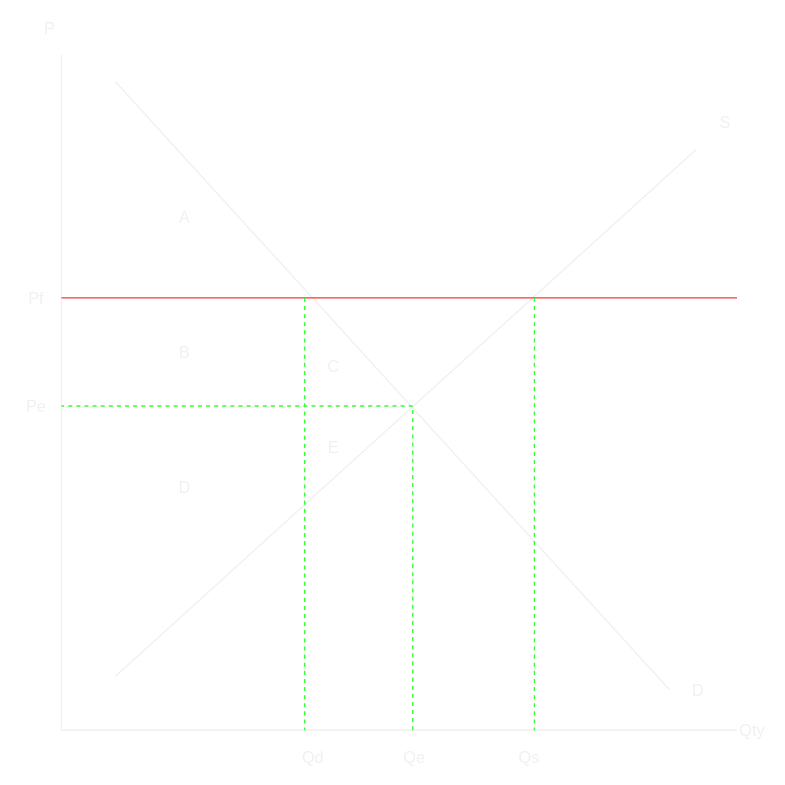
tvdk-sudoku/Year11Notes keeps this draw.io diagram as content/notes/AEECO - Market Efficiency Diagrams.svg. Above is the earlier version. Source tidied: cells renumbered, new cells last; positions are measured from the earlier drawing's top-left corner, leaving out a move shared by most shapes.
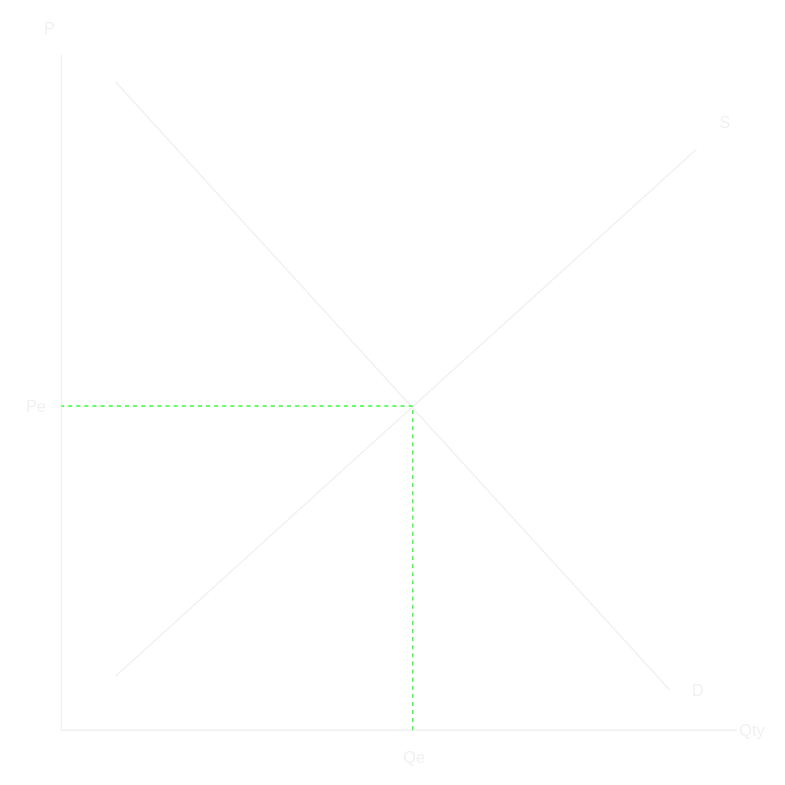
The same diagram one commit later.

Commit message:
vault backup: 2023-03-21 15:02:49

Change to the diagram source:
```diff
@@ -32,15 +32,6 @@
     <mxCell id="7" value="S" style="text;html=1;align=center;verticalAlign=middle;strokeColor=none;" parent="1" vertex="1">
       <mxGeometry x="515" y="70" width="20" height="20" as="geometry" />
     </mxCell>
-    <mxCell id="8" style="endArrow=none;html=1;fillColor=#FF3333;strokeColor=#FF3333;" parent="1" edge="1">
-      <mxGeometry relative="1" as="geometry">
-        <mxPoint x="35" y="210" as="sourcePoint" />
-        <mxPoint x="535" y="210" as="targetPoint" />
-      </mxGeometry>
-    </mxCell>
-    <mxCell id="9" value="Pf" style="text;html=1;align=center;verticalAlign=middle;strokeColor=none;" parent="1" vertex="1">
-      <mxGeometry y="200" width="30" height="20" as="geometry" />
-    </mxCell>
     <mxCell id="10" style="endArrow=none;dashed=1;html=1;strokeColor=#33FF33;" parent="1" edge="1">
       <mxGeometry relative="1" as="geometry">
         <mxPoint x="295" y="290" as="sourcePoint" />
@@ -65,38 +56,11 @@
     <mxCell id="15" value="Pe" style="text;html=1;align=center;verticalAlign=middle;strokeColor=none;" parent="1" vertex="1">
       <mxGeometry y="280" width="30" height="20" as="geometry" />
     </mxCell>
-    <mxCell id="16" style="endArrow=none;dashed=1;html=1;strokeColor=#33FF33;" parent="1" edge="1">
-      <mxGeometry relative="1" as="geometry">
-        <mxPoint x="215" y="210" as="sourcePoint" />
-        <mxPoint x="215" y="530" as="targetPoint" />
-      </mxGeometry>
-    </mxCell>
-    <mxCell id="17" style="endArrow=none;dashed=1;html=1;strokeColor=#33FF33;" parent="1" edge="1">
-      <mxGeometry relative="1" as="geometry">
-        <mxPoint x="385" y="210" as="sourcePoint" />
-        <mxPoint x="385" y="530" as="targetPoint" />
-      </mxGeometry>
-    </mxCell>
-    <mxCell id="18" value="Qd" style="text;html=1;align=center;verticalAlign=middle;strokeColor=none;" parent="1" vertex="1">
-      <mxGeometry x="205" y="540" width="30" height="20" as="geometry" />
-    </mxCell>
-    <mxCell id="19" value="Qs" style="text;html=1;align=center;verticalAlign=middle;strokeColor=none;" parent="1" vertex="1">
-      <mxGeometry x="365" y="540" width="30" height="20" as="geometry" />
-    </mxCell>
-    <mxCell id="20" value="A" style="text;html=1;align=center;verticalAlign=middle;strokeColor=none;" parent="1" vertex="1">
-      <mxGeometry x="115" y="140" width="20" height="20" as="geometry" />
-    </mxCell>
-    <mxCell id="21" value="B" style="text;html=1;align=center;verticalAlign=middle;strokeColor=none;" parent="1" vertex="1">
-      <mxGeometry x="115" y="240" width="20" height="20" as="geometry" />
-    </mxCell>
-    <mxCell id="22" value="C" style="text;html=1;align=center;verticalAlign=middle;strokeColor=none;" parent="1" vertex="1">
-      <mxGeometry x="225" y="250" width="20" height="20" as="geometry" />
-    </mxCell>
-    <mxCell id="23" value="D" style="text;html=1;align=center;verticalAlign=middle;strokeColor=none;" parent="1" vertex="1">
-      <mxGeometry x="115" y="340" width="20" height="20" as="geometry" />
-    </mxCell>
-    <mxCell id="24" value="E" style="text;html=1;align=center;verticalAlign=middle;strokeColor=none;" parent="1" vertex="1">
-      <mxGeometry x="225" y="310" width="20" height="20" as="geometry" />
-    </mxCell>
+    <mxCell id="25" style="endArrow=none;html=1;strokeColor=#FFFFFF;fillColor=#FF3333;" parent="1" edge="1">
+      <mxGeometry relative="1" as="geometry">
+        <mxPoint x="395" y="350" as="sourcePoint" />
+        <mxPoint x="445" y="300" as="targetPoint" />
+      </mxGeometry>
+    </mxCell>
   </root>
 </mxGraphModel>
```
